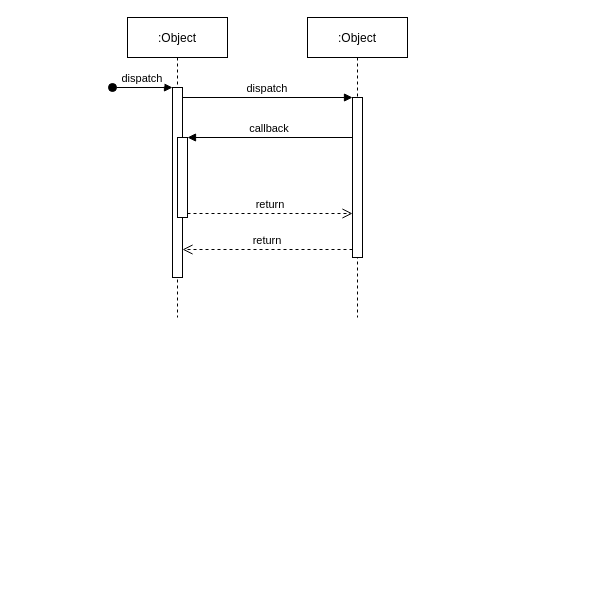
This is styla-ylmp.drawio from MudBloodArchitekt/draw.io, a draw.io file, before an edit. Source tidied: cells renumbered, new cells numbered last; positions are measured from the earlier drawing's top-left corner, leaving out a move shared by most shapes. Both pictures are drawn from the tidied source at 100%, with x=0, y=0 at pixel (112, 17).
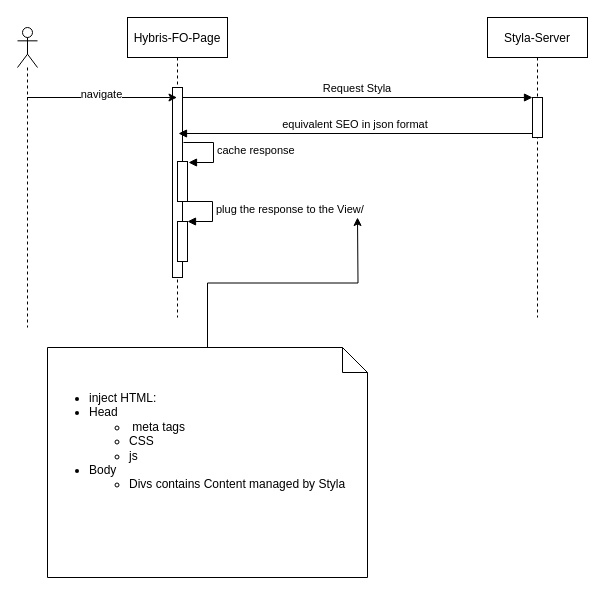
The same diagram, later.

What changed in the source:
```diff
@@
-    <mxCell id="2" value=":Object" style="shape=umlLifeline;perimeter=lifelinePerimeter;rounded=0;shadow=0;strokeWidth=1;" parent="1" vertex="1">
+    <mxCell id="2" value="Hybris-FO-Page" style="shape=umlLifeline;perimeter=lifelinePerimeter;rounded=0;shadow=0;strokeWidth=1;fontStyle=0;" parent="1" vertex="1">
       <mxGeometry x="15" width="100" height="300" as="geometry" />
     </mxCell>
-    <mxCell id="3" style="points=[];perimeter=orthogonalPerimeter;rounded=0;shadow=0;strokeWidth=1;" parent="2" vertex="1">
+    <mxCell id="3" style="points=[];perimeter=orthogonalPerimeter;rounded=0;shadow=0;strokeWidth=1;fontStyle=0;" parent="2" vertex="1">
       <mxGeometry x="45" y="70" width="10" height="190" as="geometry" />
     </mxCell>
-    <mxCell id="4" value="dispatch" style="verticalAlign=bottom;startArrow=oval;endArrow=block;startSize=8;shadow=0;strokeWidth=1;" parent="2" edge="1" target="3">
-      <mxGeometry relative="1" as="geometry">
-        <mxPoint x="-15" y="70" as="sourcePoint" />
-      </mxGeometry>
-    </mxCell>
-    <mxCell id="5" style="points=[];perimeter=orthogonalPerimeter;rounded=0;shadow=0;strokeWidth=1;" parent="2" vertex="1">
-      <mxGeometry x="50" y="120" width="10" height="80" as="geometry" />
-    </mxCell>
+    <mxCell id="12" style="html=1;perimeter=orthogonalPerimeter;fontStyle=0;" parent="2" vertex="1">
+      <mxGeometry x="50" y="144" width="10" height="40" as="geometry" />
+    </mxCell>
+    <mxCell id="13" value="cache response" style="edgeStyle=orthogonalEdgeStyle;html=1;align=left;spacingLeft=2;endArrow=block;rounded=0;entryX=1;entryY=0;fontStyle=0;" parent="2" edge="1">
+      <mxGeometry relative="1" as="geometry">
+        <mxPoint x="56" y="125" as="sourcePoint" />
+        <mxPoint x="61" y="145" as="targetPoint" />
+        <Array as="points">
+          <mxPoint x="86" y="125" />
+        </Array>
+      </mxGeometry>
+    </mxCell>
+    <mxCell id="14" style="html=1;points=[];perimeter=orthogonalPerimeter;fontStyle=0;" parent="2" vertex="1">
+      <mxGeometry x="50" y="204" width="10" height="40" as="geometry" />
+    </mxCell>
+    <mxCell id="15" value="plug the response to the View/ " style="edgeStyle=orthogonalEdgeStyle;html=1;align=left;spacingLeft=2;endArrow=block;rounded=0;entryX=1;entryY=0;fontStyle=0;" parent="2" edge="1" target="14">
+      <mxGeometry relative="1" as="geometry">
+        <mxPoint x="55" y="184" as="sourcePoint" />
+        <Array as="points">
+          <mxPoint x="85" y="184" />
+        </Array>
+      </mxGeometry>
+    </mxCell>
-    <mxCell id="6" value=":Object" style="shape=umlLifeline;perimeter=lifelinePerimeter;rounded=0;shadow=0;strokeWidth=1;" parent="1" vertex="1">
-      <mxGeometry x="195" width="100" height="300" as="geometry" />
+    <mxCell id="6" value="Styla-Server" style="shape=umlLifeline;perimeter=lifelinePerimeter;rounded=0;shadow=0;strokeWidth=1;fontStyle=0;" parent="1" vertex="1">
+      <mxGeometry x="375" width="100" height="300" as="geometry" />
     </mxCell>
-    <mxCell id="7" style="points=[];perimeter=orthogonalPerimeter;rounded=0;shadow=0;strokeWidth=1;" parent="6" vertex="1">
-      <mxGeometry x="45" y="80" width="10" height="160" as="geometry" />
+    <mxCell id="7" style="points=[];perimeter=orthogonalPerimeter;rounded=0;shadow=0;strokeWidth=1;fontStyle=0;" parent="6" vertex="1">
+      <mxGeometry x="45" y="80" width="10" height="40" as="geometry" />
     </mxCell>
-    <mxCell id="8" value="return" style="verticalAlign=bottom;endArrow=open;dashed=1;endSize=8;exitX=0;exitY=0.95;shadow=0;strokeWidth=1;" parent="1" edge="1" source="7" target="3">
-      <mxGeometry relative="1" as="geometry" />
-    </mxCell>
-    <mxCell id="9" value="dispatch" style="verticalAlign=bottom;endArrow=block;entryX=0;entryY=0;shadow=0;strokeWidth=1;" parent="1" edge="1" source="3" target="7">
+    <mxCell id="9" value="Request Styla" style="verticalAlign=bottom;endArrow=block;entryX=0;entryY=0;shadow=0;strokeWidth=1;fontStyle=0;" parent="1" edge="1" source="3" target="7">
       <mxGeometry relative="1" as="geometry" />
     </mxCell>
-    <mxCell id="10" value="callback" style="verticalAlign=bottom;endArrow=block;entryX=1;entryY=0;shadow=0;strokeWidth=1;" parent="1" edge="1" source="7" target="5">
-      <mxGeometry relative="1" as="geometry" />
+    <mxCell id="10" value="equivalent SEO in json format" style="verticalAlign=bottom;endArrow=block;shadow=0;strokeWidth=1;fontStyle=0;" parent="1" edge="1">
+      <mxGeometry relative="1" as="geometry">
+        <mxPoint x="420" y="116" as="sourcePoint" />
+        <mxPoint x="66" y="116" as="targetPoint" />
+      </mxGeometry>
     </mxCell>
-    <mxCell id="11" value="return" style="verticalAlign=bottom;endArrow=open;dashed=1;endSize=8;exitX=1;exitY=0.95;shadow=0;strokeWidth=1;" parent="1" edge="1" source="5" target="7">
-      <mxGeometry relative="1" as="geometry" />
-    </mxCell>
+    <mxCell id="16" style="edgeStyle=orthogonalEdgeStyle;rounded=0;jettySize=auto;html=1;fontStyle=0;" parent="1" edge="1" source="18" target="2">
+      <mxGeometry relative="1" as="geometry">
+        <Array as="points">
+          <mxPoint x="-15" y="80" />
+          <mxPoint x="-15" y="80" />
+        </Array>
+      </mxGeometry>
+    </mxCell>
+    <mxCell id="17" value="navigate" style="edgeLabel;html=1;align=center;verticalAlign=middle;fontStyle=0;" parent="16" vertex="1">
+      <mxGeometry x="-0.02" y="4" relative="1" as="geometry" />
+    </mxCell>
+    <mxCell id="18" style="shape=umlLifeline;participant=umlActor;perimeter=lifelinePerimeter;whiteSpace=wrap;html=1;verticalAlign=top;spacingTop=36;outlineConnect=0;fontStyle=0;" parent="1" vertex="1">
+      <mxGeometry x="-95" y="10" width="20" height="300" as="geometry" />
+    </mxCell>
+    <mxCell id="19" style="edgeStyle=orthogonalEdgeStyle;rounded=0;jettySize=auto;html=1;" parent="1" edge="1" source="20">
+      <mxGeometry relative="1" as="geometry">
+        <mxPoint x="245" y="200" as="targetPoint" />
+      </mxGeometry>
+    </mxCell>
+    <mxCell id="20" value="&lt;div align=&quot;left&quot;&gt;&lt;ul&gt;&lt;li&gt;inject HTML: &lt;br&gt;&lt;/li&gt;&lt;li&gt;Head&lt;br&gt;&lt;/li&gt;&lt;ul&gt;&lt;li&gt;&amp;nbsp;meta tags&lt;/li&gt;&lt;li&gt;CSS&lt;/li&gt;&lt;li&gt;js&lt;/li&gt;&lt;/ul&gt;&lt;li&gt;Body&lt;/li&gt;&lt;ul&gt;&lt;li&gt;Divs contains Content managed by Styla &lt;br&gt;&lt;/li&gt;&lt;/ul&gt;&lt;/ul&gt;&lt;/div&gt;" style="shape=note2;boundedLbl=1;whiteSpace=wrap;html=1;size=25;verticalAlign=top;align=left;fontStyle=0;" parent="1" vertex="1">
+      <mxGeometry x="-65" y="330" width="320" height="230" as="geometry" />
+    </mxCell>
```
